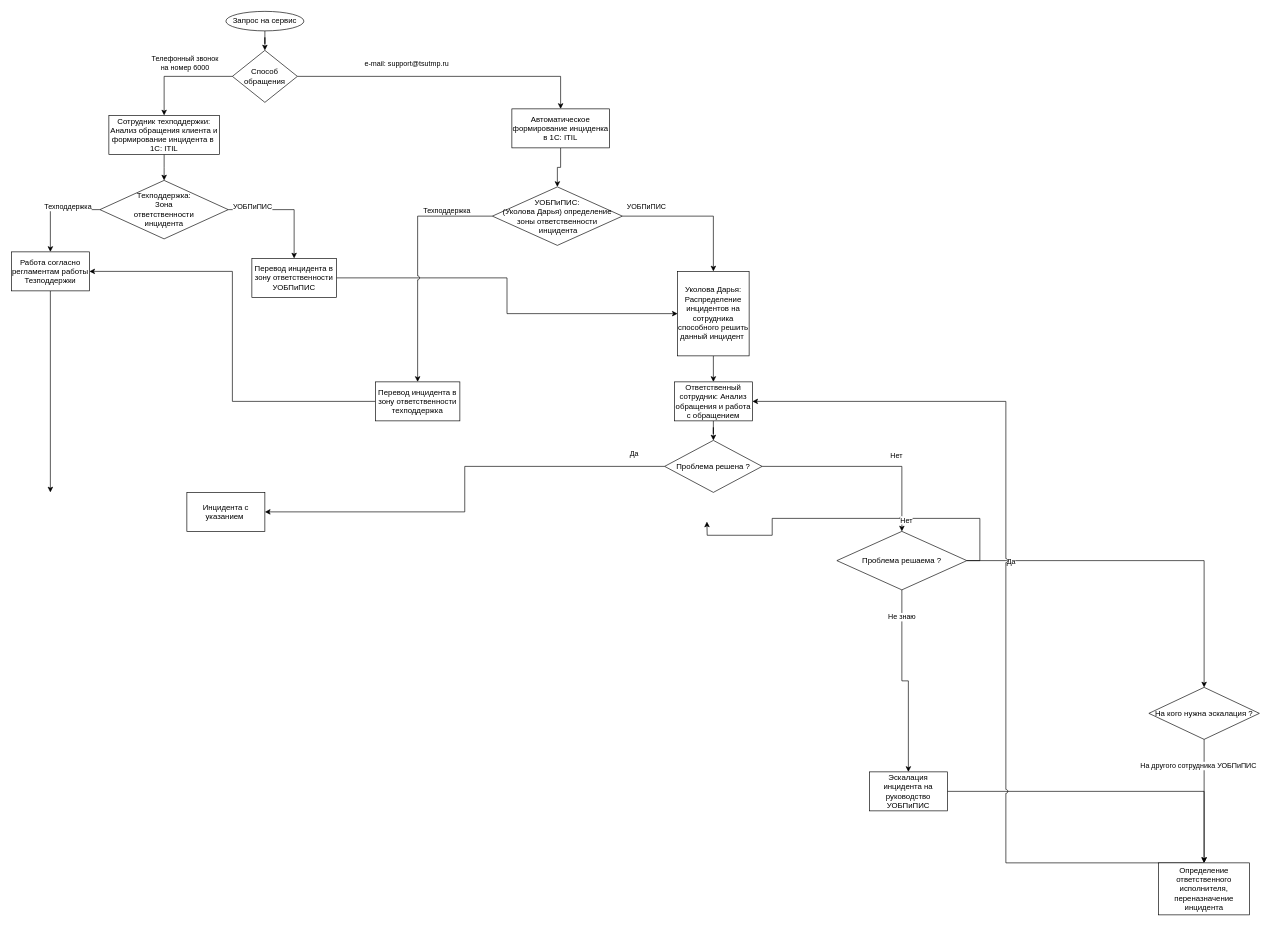
The draw.io diagram Блок схема.drawio in st00g21/MyRepo2, before the edit. Source tidied: cells renumbered, new cells numbered last; positions are measured from the earlier drawing's top-left corner, leaving out a move shared by most shapes. Both pictures are drawn from the tidied source at 65%, with x=0, y=0 at pixel (11, 11).
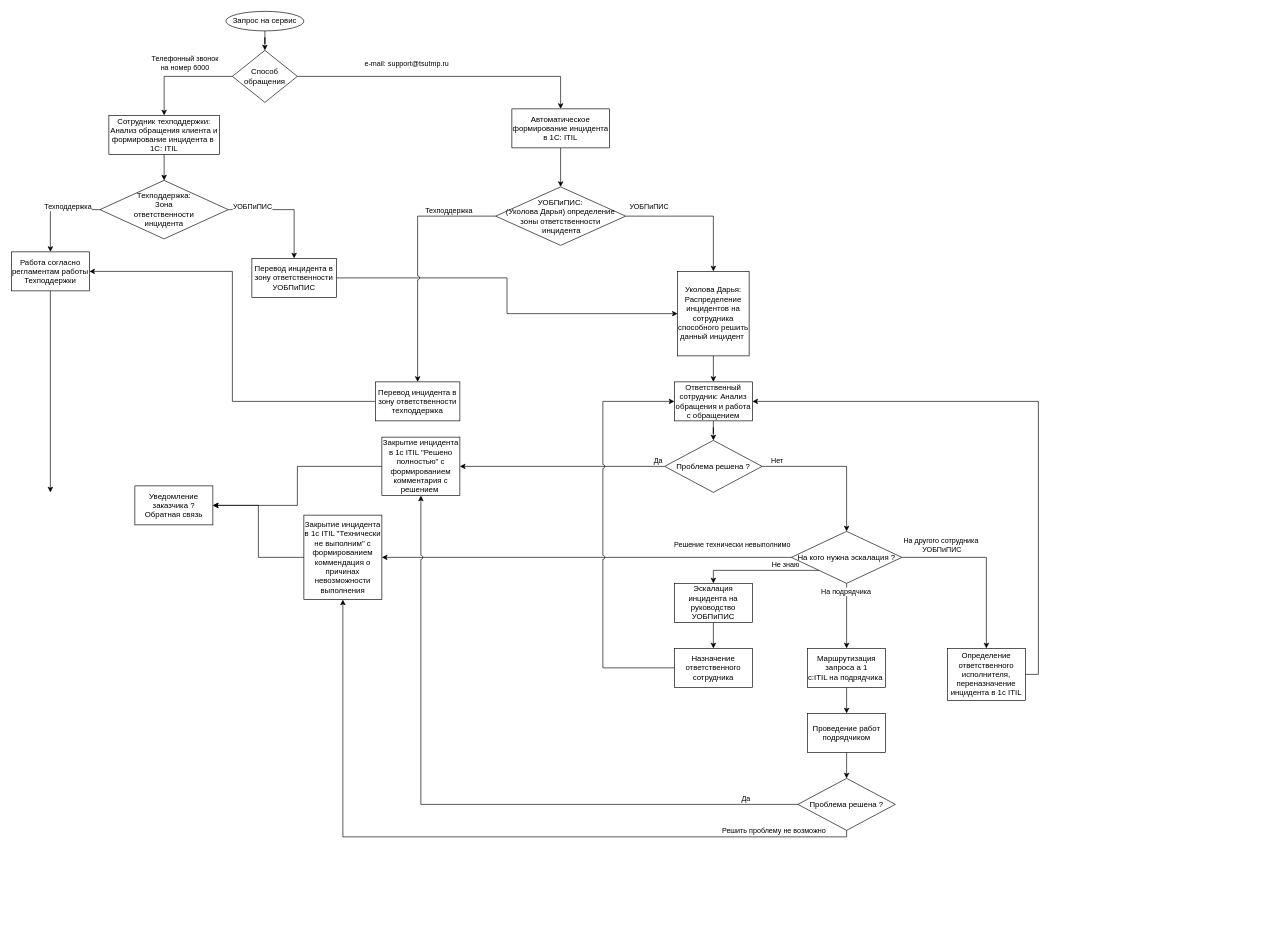
The same diagram, later.

The change refers to these unchanged cells:
```xml
<mxCell id="31" value="Ответственный сотрудник: Анализ обращения и работа с обращением" style="rounded=0;whiteSpace=wrap;html=1;" parent="1" vertex="1">
  <mxGeometry x="1020" y="570" width="120" height="60" as="geometry" />
</mxCell>
<mxCell id="34" style="edgeStyle=orthogonalEdgeStyle;rounded=0;jumpStyle=arc;jettySize=auto;html=1;" parent="1" edge="1" source="36" target="52">
  <mxGeometry relative="1" as="geometry" />
</mxCell>
<mxCell id="36" value="Проблема решена ?" style="rhombus;whiteSpace=wrap;html=1;" parent="1" vertex="1">
  <mxGeometry x="1005" y="660" width="150" height="80" as="geometry" />
</mxCell>
```

What changed in the source:
```diff
@@
-    <mxCell id="12" value="Автоматическое формирование инциденка в 1С: ITIL" style="rounded=0;whiteSpace=wrap;html=1;" parent="1" vertex="1">
+    <mxCell id="12" value="Автоматическое формирование инцидента в 1С: ITIL" style="rounded=0;whiteSpace=wrap;html=1;" parent="1" vertex="1">
       <mxGeometry x="770" y="150" width="150" height="60" as="geometry" />
     </mxCell>
@@
-    <mxCell id="21" value="Работа согласно регламентам работы Тезподдержки" style="rounded=0;whiteSpace=wrap;html=1;" parent="1" vertex="1">
+    <mxCell id="21" value="Работа согласно регламентам работы Техподдержки" style="rounded=0;whiteSpace=wrap;html=1;" parent="1" vertex="1">
       <mxGeometry y="370" width="120" height="60" as="geometry" />
     </mxCell>
@@
     <mxCell id="26" value="&lt;span&gt;УОБПиПИС:&lt;br&gt;(Уколова Дарья) определение зоны ответственности&lt;br&gt;&amp;nbsp;инцидента&lt;/span&gt;" style="rhombus;whiteSpace=wrap;html=1;" parent="1" vertex="1">
-      <mxGeometry x="740" y="270" width="200" height="90" as="geometry" />
+      <mxGeometry x="745" y="270" width="200" height="90" as="geometry" />
     </mxCell>
@@
-    <mxCell id="32" style="edgeStyle=orthogonalEdgeStyle;rounded=0;jumpStyle=arc;jettySize=auto;html=1;" parent="1" edge="1" source="36" target="43">
-      <mxGeometry relative="1" as="geometry" />
-    </mxCell>
-    <mxCell id="33" value="Нет&amp;nbsp;" style="edgeLabel;html=1;align=center;verticalAlign=middle;" parent="32" vertex="1">
-      <mxGeometry x="0.26" y="-1" relative="1" as="geometry">
-        <mxPoint x="9" y="-19" as="offset" />
-      </mxGeometry>
-    </mxCell>
@@
     <mxCell id="35" value="Да" style="edgeLabel;html=1;align=center;verticalAlign=middle;" parent="34" vertex="1">
       <mxGeometry x="-0.86" y="-3" relative="1" as="geometry">
-        <mxPoint y="-17" as="offset" />
+        <mxPoint x="11.9" y="-6.9" as="offset" />
       </mxGeometry>
     </mxCell>
+    <mxCell id="53" style="edgeStyle=orthogonalEdgeStyle;rounded=0;jettySize=auto;html=1;" parent="1" edge="1" source="36" target="46">
+      <mxGeometry relative="1" as="geometry">
+        <Array as="points">
+          <mxPoint x="1160" y="700" />
+          <mxPoint x="1160" y="700" />
+        </Array>
+      </mxGeometry>
+    </mxCell>
+    <mxCell id="38" value="Нет" style="edgeLabel;html=1;align=center;verticalAlign=middle;" parent="53" vertex="1">
+      <mxGeometry x="-0.81" y="3" relative="1" as="geometry">
+        <mxPoint y="-6.9" as="offset" />
+      </mxGeometry>
+    </mxCell>
@@
-    <mxCell id="37" style="edgeStyle=orthogonalEdgeStyle;rounded=0;jumpStyle=arc;jettySize=auto;html=1;exitX=1;exitY=0.5;exitDx=0;exitDy=0;" parent="1" edge="1" source="43">
-      <mxGeometry relative="1" as="geometry">
-        <mxPoint x="1070" y="785" as="targetPoint" />
-      </mxGeometry>
-    </mxCell>
-    <mxCell id="38" value="Нет" style="edgeLabel;html=1;align=center;verticalAlign=middle;" parent="37" vertex="1">
-      <mxGeometry x="-0.28" y="2" relative="1" as="geometry" />
-    </mxCell>
-    <mxCell id="39" style="edgeStyle=orthogonalEdgeStyle;rounded=0;jumpStyle=arc;jettySize=auto;html=1;" parent="1" edge="1" source="43" target="46">
-      <mxGeometry relative="1" as="geometry" />
-    </mxCell>
-    <mxCell id="40" value="Да" style="edgeLabel;html=1;align=center;verticalAlign=middle;" parent="39" vertex="1">
-      <mxGeometry x="-0.76" y="-1" relative="1" as="geometry" />
-    </mxCell>
-    <mxCell id="41" style="edgeStyle=orthogonalEdgeStyle;rounded=0;jumpStyle=arc;jettySize=auto;html=1;" parent="1" edge="1" source="43" target="48">
-      <mxGeometry relative="1" as="geometry" />
-    </mxCell>
-    <mxCell id="42" value="Не знаю" style="edgeLabel;html=1;align=center;verticalAlign=middle;" parent="41" vertex="1">
-      <mxGeometry x="-0.72" y="-1" relative="1" as="geometry" />
-    </mxCell>
-    <mxCell id="43" value="Проблема решаема ?" style="rhombus;whiteSpace=wrap;html=1;" parent="1" vertex="1">
-      <mxGeometry x="1270" y="800" width="200" height="90" as="geometry" />
-    </mxCell>
-    <mxCell id="44" style="edgeStyle=orthogonalEdgeStyle;rounded=0;jumpStyle=arc;jettySize=auto;html=1;" parent="1" edge="1" source="46" target="50">
+    <mxCell id="44" style="edgeStyle=orthogonalEdgeStyle;rounded=0;jumpStyle=arc;jettySize=auto;html=1;" parent="1" edge="1" source="46" target="70">
       <mxGeometry relative="1" as="geometry" />
     </mxCell>
-    <mxCell id="45" value="На другого сотрудника УОБПиПИС" style="edgeLabel;html=1;align=center;verticalAlign=middle;" parent="44" vertex="1">
+    <mxCell id="45" value="На другого сотрудника&lt;br&gt;&amp;nbsp;УОБПиПИС" style="edgeLabel;html=1;align=center;verticalAlign=middle;" parent="44" vertex="1">
       <mxGeometry x="-0.35" y="-4" relative="1" as="geometry">
-        <mxPoint x="-6" y="-22" as="offset" />
+        <mxPoint x="-28.1" y="-23.9" as="offset" />
       </mxGeometry>
     </mxCell>
+    <mxCell id="54" style="edgeStyle=orthogonalEdgeStyle;rounded=0;jettySize=auto;html=1;exitX=0;exitY=1;exitDx=0;exitDy=0;" parent="1" edge="1" source="46" target="48">
+      <mxGeometry relative="1" as="geometry">
+        <Array as="points">
+          <mxPoint x="1080" y="860" />
+        </Array>
+      </mxGeometry>
+    </mxCell>
+    <mxCell id="42" value="Не знаю" style="edgeLabel;html=1;align=center;verticalAlign=middle;" parent="54" vertex="1">
+      <mxGeometry x="-0.34" y="-4" relative="1" as="geometry">
+        <mxPoint x="7.8" y="-5.9" as="offset" />
+      </mxGeometry>
+    </mxCell>
+    <mxCell id="55" style="edgeStyle=orthogonalEdgeStyle;rounded=0;jumpStyle=arc;jettySize=auto;html=1;exitX=0.5;exitY=1;exitDx=0;exitDy=0;entryX=0.5;entryY=0;entryDx=0;entryDy=0;" parent="1" edge="1" source="46" target="68">
+      <mxGeometry relative="1" as="geometry" />
+    </mxCell>
+    <mxCell id="56" value="На подрядчика" style="edgeLabel;html=1;align=center;verticalAlign=middle;" parent="55" vertex="1">
+      <mxGeometry x="-0.76" y="-2" relative="1" as="geometry" />
+    </mxCell>
+    <mxCell id="57" style="edgeStyle=orthogonalEdgeStyle;rounded=0;jumpStyle=arc;jettySize=auto;html=1;" parent="1" edge="1" source="46" target="74">
+      <mxGeometry relative="1" as="geometry" />
+    </mxCell>
+    <mxCell id="58" value="Решение технически невыполнимо" style="edgeLabel;html=1;align=center;verticalAlign=middle;" parent="57" vertex="1">
+      <mxGeometry x="-0.76" y="-3" relative="1" as="geometry">
+        <mxPoint x="-15.9" y="-17" as="offset" />
+      </mxGeometry>
+    </mxCell>
     <mxCell id="46" value="На кого нужна эскалация ?" style="rhombus;whiteSpace=wrap;html=1;" parent="1" vertex="1">
-      <mxGeometry x="1750" y="1040" width="170" height="80" as="geometry" />
+      <mxGeometry x="1200" y="800" width="170" height="80" as="geometry" />
     </mxCell>
-    <mxCell id="47" style="edgeStyle=orthogonalEdgeStyle;rounded=0;jumpStyle=arc;jettySize=auto;html=1;" parent="1" edge="1" source="48" target="50">
-      <mxGeometry relative="1" as="geometry" />
-    </mxCell>
+    <mxCell id="59" style="edgeStyle=orthogonalEdgeStyle;rounded=0;jettySize=auto;html=1;exitX=0.5;exitY=1;exitDx=0;exitDy=0;" parent="1" edge="1" source="48" target="62">
+      <mxGeometry relative="1" as="geometry" />
+    </mxCell>
     <mxCell id="48" value="Эскалация инцидента на руководство УОБПиПИС" style="rounded=0;whiteSpace=wrap;html=1;" parent="1" vertex="1">
-      <mxGeometry x="1320" y="1170" width="120" height="60" as="geometry" />
+      <mxGeometry x="1020" y="880" width="120" height="60" as="geometry" />
     </mxCell>
-    <mxCell id="49" style="edgeStyle=orthogonalEdgeStyle;rounded=0;jumpStyle=arc;jettySize=auto;html=1;exitX=0.5;exitY=0;exitDx=0;exitDy=0;" parent="1" edge="1" source="50" target="31">
-      <mxGeometry relative="1" as="geometry">
-        <Array as="points">
-          <mxPoint x="1530" y="600" />
-        </Array>
-      </mxGeometry>
-    </mxCell>
-    <mxCell id="50" value="Определение ответственного исполнителя, переназначение инцидента" style="rounded=0;whiteSpace=wrap;html=1;" parent="1" vertex="1">
-      <mxGeometry x="1765" y="1310" width="140" height="80" as="geometry" />
-    </mxCell>
@@
+    <mxCell id="60" style="edgeStyle=orthogonalEdgeStyle;rounded=0;jumpStyle=arc;jettySize=auto;html=1;" parent="1" edge="1" source="52" target="75">
+      <mxGeometry relative="1" as="geometry" />
+    </mxCell>
-    <mxCell id="52" value="Инцидента с указанием&amp;nbsp;" style="rounded=0;whiteSpace=wrap;html=1;" parent="1" vertex="1">
-      <mxGeometry x="270" y="740" width="120" height="60" as="geometry" />
+    <mxCell id="52" value="Закрытие инцидента в 1с ITIL &quot;Решено полностью&quot; с формированием комментария с решением&amp;nbsp;" style="rounded=0;whiteSpace=wrap;html=1;" parent="1" vertex="1">
+      <mxGeometry x="570" y="655" width="120" height="90" as="geometry" />
     </mxCell>
+    <mxCell id="61" style="edgeStyle=orthogonalEdgeStyle;rounded=0;jettySize=auto;html=1;jumpStyle=arc;" parent="1" edge="1" source="62" target="31">
+      <mxGeometry relative="1" as="geometry">
+        <Array as="points">
+          <mxPoint x="910" y="1010" />
+          <mxPoint x="910" y="600" />
+        </Array>
+      </mxGeometry>
+    </mxCell>
+    <mxCell id="62" value="Назначение ответственного сотрудника" style="rounded=0;whiteSpace=wrap;html=1;" parent="1" vertex="1">
+      <mxGeometry x="1020" y="980" width="120" height="60" as="geometry" />
+    </mxCell>
+    <mxCell id="63" style="edgeStyle=orthogonalEdgeStyle;rounded=0;jumpStyle=arc;jettySize=auto;html=1;" parent="1" edge="1" source="66" target="52">
+      <mxGeometry relative="1" as="geometry" />
+    </mxCell>
+    <mxCell id="40" value="Да" style="edgeLabel;html=1;align=center;verticalAlign=middle;" parent="63" vertex="1">
+      <mxGeometry x="-0.8" y="-3" relative="1" as="geometry">
+        <mxPoint x="24.7" y="-7" as="offset" />
+      </mxGeometry>
+    </mxCell>
+    <mxCell id="64" style="edgeStyle=orthogonalEdgeStyle;rounded=0;jumpStyle=arc;jettySize=auto;html=1;" parent="1" edge="1" source="66" target="74">
+      <mxGeometry relative="1" as="geometry">
+        <Array as="points">
+          <mxPoint x="1285" y="1270" />
+          <mxPoint x="510" y="1270" />
+        </Array>
+      </mxGeometry>
+    </mxCell>
+    <mxCell id="65" value="Решить проблему не возможно" style="edgeLabel;html=1;align=center;verticalAlign=middle;" parent="64" vertex="1">
+      <mxGeometry x="-0.83" y="2" relative="1" as="geometry">
+        <mxPoint x="-25" y="-12.1" as="offset" />
+      </mxGeometry>
+    </mxCell>
+    <mxCell id="66" value="Проблема решена ?" style="rhombus;whiteSpace=wrap;html=1;" parent="1" vertex="1">
+      <mxGeometry x="1210" y="1180" width="150" height="80" as="geometry" />
+    </mxCell>
+    <mxCell id="67" style="edgeStyle=orthogonalEdgeStyle;rounded=0;jumpStyle=arc;jettySize=auto;html=1;" parent="1" edge="1" source="68" target="72">
+      <mxGeometry relative="1" as="geometry" />
+    </mxCell>
+    <mxCell id="68" value="Маршрутизация запроса а 1&lt;br&gt;c:ITIL на подрядчика&amp;nbsp;&lt;br&gt;" style="rounded=0;whiteSpace=wrap;html=1;" parent="1" vertex="1">
+      <mxGeometry x="1225" y="980" width="120" height="60" as="geometry" />
+    </mxCell>
+    <mxCell id="69" style="edgeStyle=orthogonalEdgeStyle;rounded=0;jumpStyle=arc;jettySize=auto;html=1;entryX=1;entryY=0.5;entryDx=0;entryDy=0;" parent="1" edge="1" source="70" target="31">
+      <mxGeometry relative="1" as="geometry">
+        <Array as="points">
+          <mxPoint x="1580" y="1020" />
+          <mxPoint x="1580" y="600" />
+        </Array>
+      </mxGeometry>
+    </mxCell>
+    <mxCell id="70" value="Определение ответственного исполнителя, переназначение инцидента в 1с ITIL" style="rounded=0;whiteSpace=wrap;html=1;" parent="1" vertex="1">
+      <mxGeometry x="1440" y="980" width="120" height="80" as="geometry" />
+    </mxCell>
+    <mxCell id="71" style="edgeStyle=orthogonalEdgeStyle;rounded=0;jumpStyle=arc;jettySize=auto;html=1;" parent="1" edge="1" source="72" target="66">
+      <mxGeometry relative="1" as="geometry" />
+    </mxCell>
+    <mxCell id="72" value="Проведение работ подрядчиком" style="rounded=0;whiteSpace=wrap;html=1;" parent="1" vertex="1">
+      <mxGeometry x="1225" y="1080" width="120" height="60" as="geometry" />
+    </mxCell>
+    <mxCell id="73" style="edgeStyle=orthogonalEdgeStyle;rounded=0;jumpStyle=arc;jettySize=auto;html=1;" parent="1" edge="1" source="74" target="75">
+      <mxGeometry relative="1" as="geometry" />
+    </mxCell>
+    <mxCell id="74" value="Закрытие инцидента в 1с ITIL &quot;Технически не выполним&quot; с формированием коммендация о причинах невозможности выполнения" style="rounded=0;whiteSpace=wrap;html=1;" parent="1" vertex="1">
+      <mxGeometry x="450" y="775" width="120" height="130" as="geometry" />
+    </mxCell>
+    <mxCell id="75" value="Уведомление заказчика ? Обратная связь" style="rounded=0;whiteSpace=wrap;html=1;" parent="1" vertex="1">
+      <mxGeometry x="190" y="730" width="120" height="60" as="geometry" />
+    </mxCell>
```
